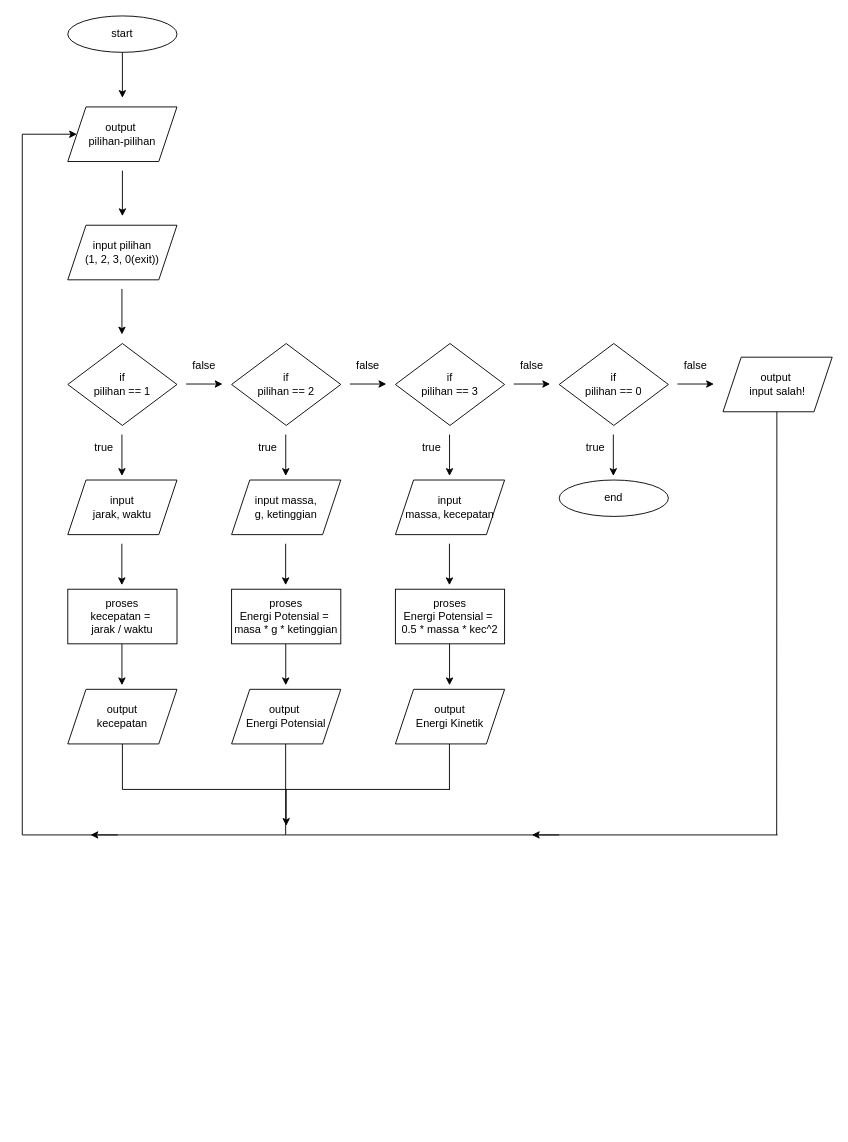
Above: Untitled Diagram.drawio in i-Jer/ourmom (draw.io), before the change. Source tidied: cells renumbered, new cells numbered last; positions are measured from the earlier drawing's top-left corner, leaving out a move shared by most shapes. Both pictures are drawn from the tidied source at 91%, with x=0, y=0 at pixel (22, 15).
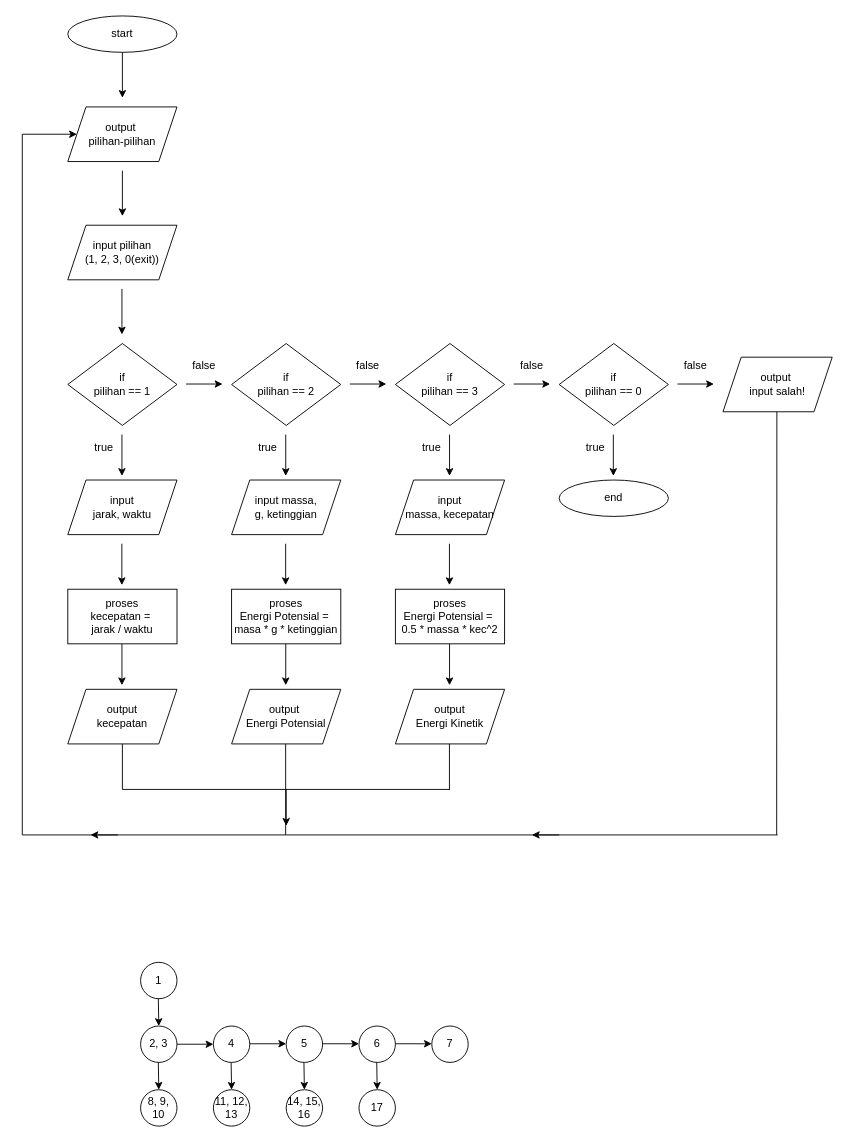
After the change.

Diff of the diagram source:
```diff
@@
+    <mxCell id="58" value="1" style="ellipse;whiteSpace=wrap;html=1;" parent="1" vertex="1">
+      <mxGeometry x="130" y="1040" width="40" height="40" as="geometry" />
+    </mxCell>
+    <mxCell id="59" value="2, 3" style="ellipse;whiteSpace=wrap;html=1;" parent="1" vertex="1">
+      <mxGeometry x="130" y="1110" width="40" height="40" as="geometry" />
+    </mxCell>
+    <mxCell id="60" value="4" style="ellipse;whiteSpace=wrap;html=1;" parent="1" vertex="1">
+      <mxGeometry x="210" y="1110" width="40" height="40" as="geometry" />
+    </mxCell>
+    <mxCell id="61" value="5" style="ellipse;whiteSpace=wrap;html=1;" parent="1" vertex="1">
+      <mxGeometry x="290" y="1110" width="40" height="40" as="geometry" />
+    </mxCell>
+    <mxCell id="62" value="6" style="ellipse;whiteSpace=wrap;html=1;" parent="1" vertex="1">
+      <mxGeometry x="370" y="1110" width="40" height="40" as="geometry" />
+    </mxCell>
+    <mxCell id="63" value="7" style="ellipse;whiteSpace=wrap;html=1;" parent="1" vertex="1">
+      <mxGeometry x="450" y="1110" width="40" height="40" as="geometry" />
+    </mxCell>
+    <mxCell id="64" value="8, 9, 10" style="ellipse;whiteSpace=wrap;html=1;" parent="1" vertex="1">
+      <mxGeometry x="130" y="1180" width="40" height="40" as="geometry" />
+    </mxCell>
+    <mxCell id="65" value="11, 12, 13" style="ellipse;whiteSpace=wrap;html=1;" parent="1" vertex="1">
+      <mxGeometry x="210" y="1180" width="40" height="40" as="geometry" />
+    </mxCell>
+    <mxCell id="66" value="14, 15, 16" style="ellipse;whiteSpace=wrap;html=1;" parent="1" vertex="1">
+      <mxGeometry x="290" y="1180" width="40" height="40" as="geometry" />
+    </mxCell>
+    <mxCell id="67" value="17" style="ellipse;whiteSpace=wrap;html=1;" parent="1" vertex="1">
+      <mxGeometry x="370" y="1180" width="40" height="40" as="geometry" />
+    </mxCell>
+    <mxCell id="68" style="endArrow=classic;html=1;rounded=0;entryX=0.5;entryY=0;entryDx=0;entryDy=0;" parent="1" edge="1" target="59">
+      <mxGeometry relative="1" as="geometry">
+        <mxPoint x="149.5" y="1080" as="sourcePoint" />
+      </mxGeometry>
+    </mxCell>
+    <mxCell id="69" style="endArrow=classic;html=1;rounded=0;entryX=0.5;entryY=0;entryDx=0;entryDy=0;" parent="1" edge="1">
+      <mxGeometry relative="1" as="geometry">
+        <mxPoint x="149.5" y="1150" as="sourcePoint" />
+        <mxPoint x="150" y="1180" as="targetPoint" />
+      </mxGeometry>
+    </mxCell>
+    <mxCell id="70" style="endArrow=classic;html=1;rounded=0;entryX=0;entryY=0.5;entryDx=0;entryDy=0;exitX=1;exitY=0.5;exitDx=0;exitDy=0;" parent="1" edge="1" source="59" target="60">
+      <mxGeometry relative="1" as="geometry" />
+    </mxCell>
+    <mxCell id="71" style="endArrow=classic;html=1;rounded=0;entryX=0;entryY=0.5;entryDx=0;entryDy=0;exitX=1;exitY=0.5;exitDx=0;exitDy=0;" parent="1" edge="1">
+      <mxGeometry relative="1" as="geometry">
+        <mxPoint x="250" y="1129.5" as="sourcePoint" />
+        <mxPoint x="290" y="1129.5" as="targetPoint" />
+      </mxGeometry>
+    </mxCell>
+    <mxCell id="72" style="endArrow=classic;html=1;rounded=0;entryX=0;entryY=0.5;entryDx=0;entryDy=0;exitX=1;exitY=0.5;exitDx=0;exitDy=0;" parent="1" edge="1">
+      <mxGeometry relative="1" as="geometry">
+        <mxPoint x="330" y="1129.5" as="sourcePoint" />
+        <mxPoint x="370" y="1129.5" as="targetPoint" />
+      </mxGeometry>
+    </mxCell>
+    <mxCell id="73" style="endArrow=classic;html=1;rounded=0;entryX=0;entryY=0.5;entryDx=0;entryDy=0;exitX=1;exitY=0.5;exitDx=0;exitDy=0;" parent="1" edge="1">
+      <mxGeometry relative="1" as="geometry">
+        <mxPoint x="410" y="1129.5" as="sourcePoint" />
+        <mxPoint x="450" y="1129.5" as="targetPoint" />
+      </mxGeometry>
+    </mxCell>
+    <mxCell id="74" style="endArrow=classic;html=1;rounded=0;entryX=0.5;entryY=0;entryDx=0;entryDy=0;" parent="1" edge="1">
+      <mxGeometry relative="1" as="geometry">
+        <mxPoint x="229.5" y="1150" as="sourcePoint" />
+        <mxPoint x="230" y="1180" as="targetPoint" />
+      </mxGeometry>
+    </mxCell>
+    <mxCell id="75" style="endArrow=classic;html=1;rounded=0;entryX=0.5;entryY=0;entryDx=0;entryDy=0;" parent="1" edge="1">
+      <mxGeometry relative="1" as="geometry">
+        <mxPoint x="309.5" y="1150" as="sourcePoint" />
+        <mxPoint x="310" y="1180" as="targetPoint" />
+      </mxGeometry>
+    </mxCell>
+    <mxCell id="76" style="endArrow=classic;html=1;rounded=0;entryX=0.5;entryY=0;entryDx=0;entryDy=0;" parent="1" edge="1">
+      <mxGeometry relative="1" as="geometry">
+        <mxPoint x="389.5" y="1150" as="sourcePoint" />
+        <mxPoint x="390" y="1180" as="targetPoint" />
+      </mxGeometry>
+    </mxCell>
```
